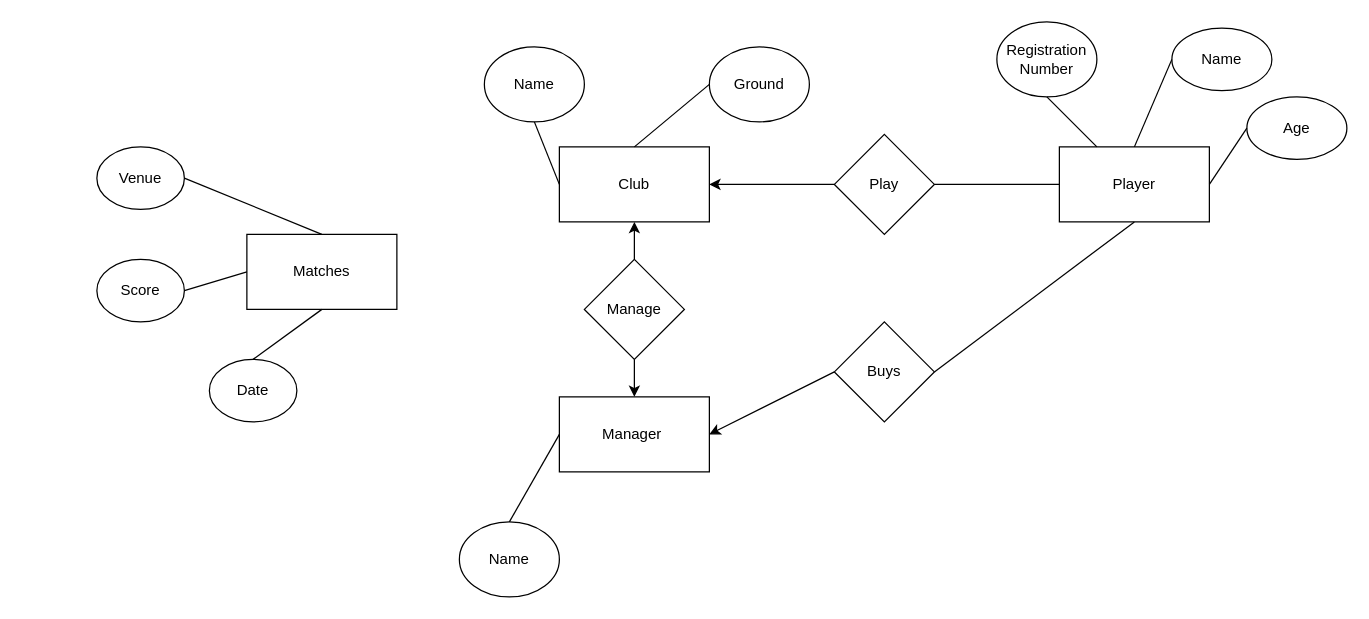
Above: Untitled Diagram.drawio in camillevleonard/CS_5012_Mod_8_MOE (draw.io), before the change. Source tidied: cells renumbered, new cells numbered last; positions are measured from the earlier drawing's top-left corner, leaving out a move shared by most shapes. Both pictures are drawn from the tidied source at 125%, with x=0, y=0 at pixel (96, 21).
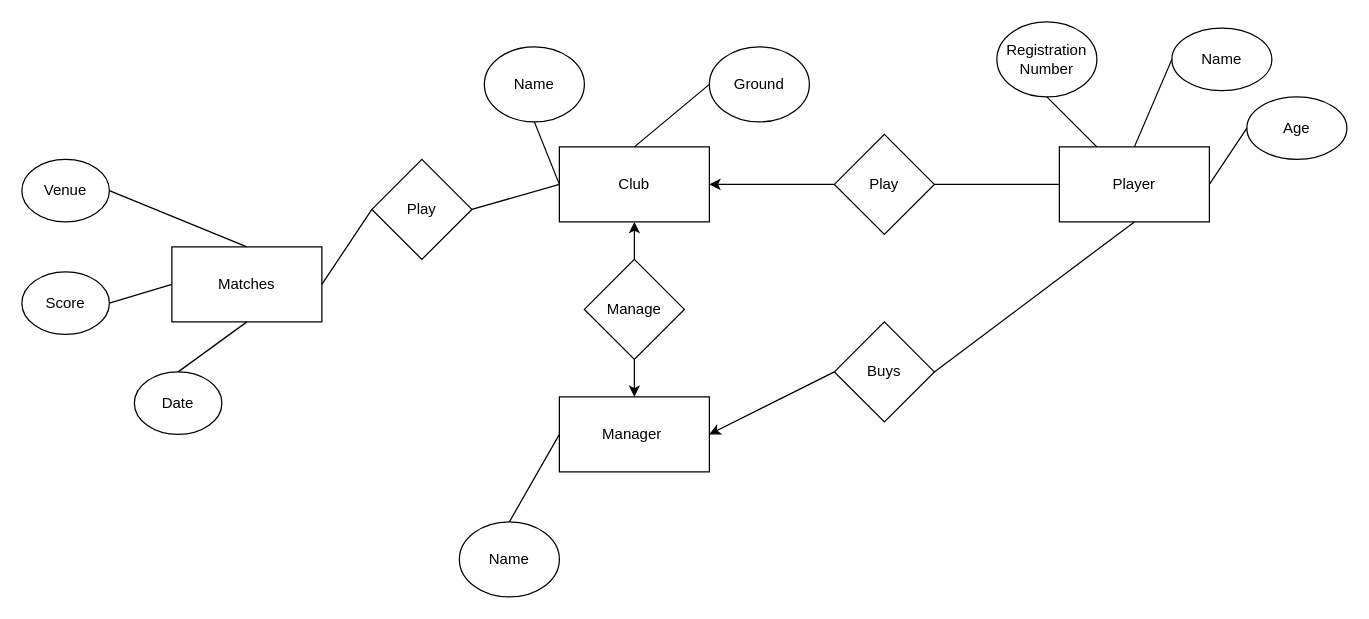
After the change.

Unchanged cells that the change refers to:
```xml
<mxCell id="2" value="Club" style="rounded=0;whiteSpace=wrap;html=1;" parent="1" vertex="1">
  <mxGeometry x="370" y="100" width="120" height="60" as="geometry" />
</mxCell>
```

Change to the diagram source:
```diff
@@
     <mxCell id="26" value="Matches" style="rounded=0;whiteSpace=wrap;html=1;" parent="1" vertex="1">
-      <mxGeometry x="120" y="170" width="120" height="60" as="geometry" />
+      <mxGeometry x="60" y="180" width="120" height="60" as="geometry" />
     </mxCell>
     <mxCell id="27" value="Date" style="ellipse;whiteSpace=wrap;html=1;" parent="1" vertex="1">
-      <mxGeometry x="90" y="270" width="70" height="50" as="geometry" />
+      <mxGeometry x="30" y="280" width="70" height="50" as="geometry" />
     </mxCell>
     <mxCell id="28" value="Score" style="ellipse;whiteSpace=wrap;html=1;" parent="1" vertex="1">
-      <mxGeometry y="190" width="70" height="50" as="geometry" />
+      <mxGeometry x="-60" y="200" width="70" height="50" as="geometry" />
     </mxCell>
     <mxCell id="29" value="Venue" style="ellipse;whiteSpace=wrap;html=1;" parent="1" vertex="1">
-      <mxGeometry y="100" width="70" height="50" as="geometry" />
+      <mxGeometry x="-60" y="110" width="70" height="50" as="geometry" />
     </mxCell>
@@
+    <mxCell id="33" value="Play" style="rhombus;whiteSpace=wrap;html=1;" parent="1" vertex="1">
+      <mxGeometry x="220" y="110" width="80" height="80" as="geometry" />
+    </mxCell>
+    <mxCell id="34" style="endArrow=none;html=1;exitX=1;exitY=0.5;exitDx=0;exitDy=0;entryX=0;entryY=0.5;entryDx=0;entryDy=0;" parent="1" edge="1" source="26" target="33">
+      <mxGeometry relative="1" as="geometry" />
+    </mxCell>
+    <mxCell id="35" style="endArrow=none;html=1;exitX=1;exitY=0.5;exitDx=0;exitDy=0;entryX=0;entryY=0.5;entryDx=0;entryDy=0;" parent="1" edge="1" source="33" target="2">
+      <mxGeometry relative="1" as="geometry" />
+    </mxCell>
```
